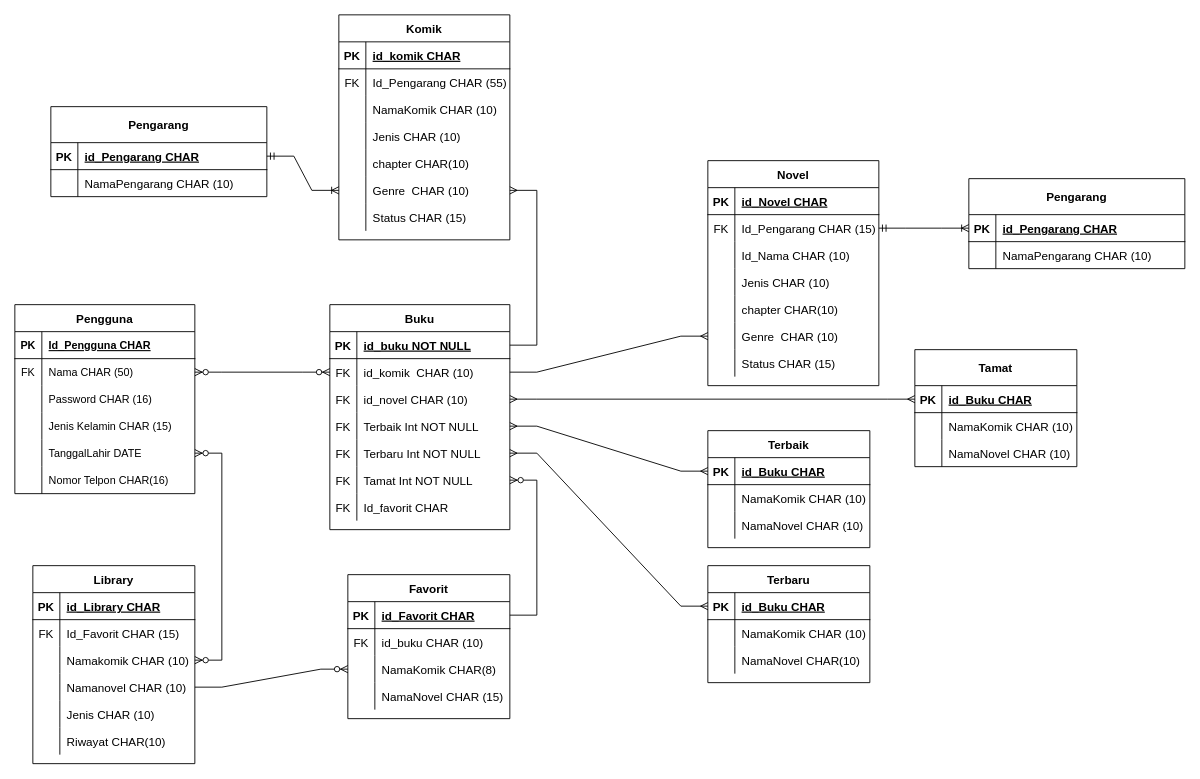
Nurrohman10/IF214002-2 keeps this draw.io diagram as Pertemuan5/pertemuan5-erd.drawio. Above is the earlier version. Source tidied: cells renumbered, new cells numbered last; positions are measured from the earlier drawing's top-left corner, leaving out a move shared by most shapes. Both pictures are drawn from the tidied source at 90%, with x=0, y=0 at pixel (14, 14).
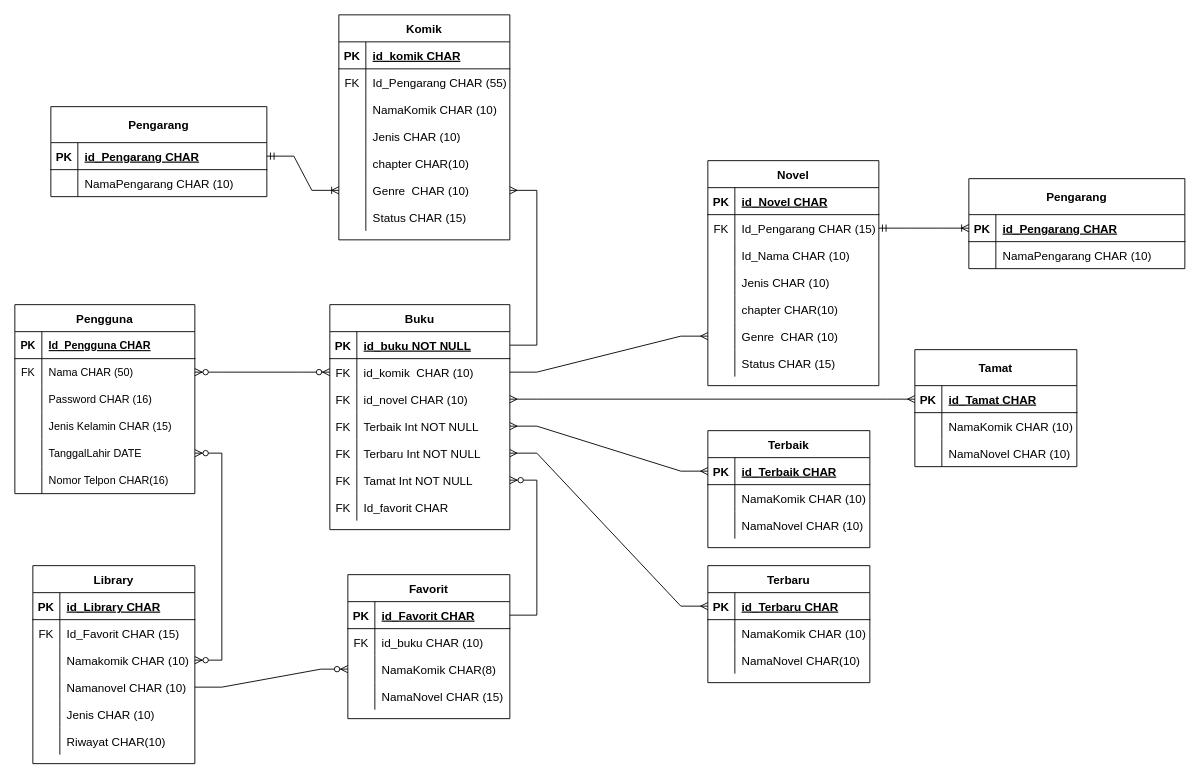
The same diagram, later.

Unchanged cells that the change refers to:
```xml
<mxCell id="77" style="shape=tableRow;horizontal=0;startSize=0;swimlaneHead=0;swimlaneBody=0;fillColor=none;points=[[0,0.5],[1,0.5]];portConstraint=eastwest;top=0;left=0;right=0;bottom=1;fontSize=13;" parent="76" vertex="1">
  <mxGeometry y="30" width="180" height="30" as="geometry" />
</mxCell>
<mxCell id="112" style="shape=tableRow;horizontal=0;startSize=0;swimlaneHead=0;swimlaneBody=0;fillColor=none;points=[[0,0.5],[1,0.5]];portConstraint=eastwest;top=0;left=0;right=0;bottom=1;fontSize=13;" parent="111" vertex="1">
  <mxGeometry y="30" width="180" height="30" as="geometry" />
</mxCell>
<mxCell id="147" style="shape=tableRow;horizontal=0;startSize=0;swimlaneHead=0;swimlaneBody=0;fillColor=none;points=[[0,0.5],[1,0.5]];portConstraint=eastwest;top=0;left=0;right=0;bottom=1;fontSize=13;" parent="146" vertex="1">
  <mxGeometry y="40" width="180" height="30" as="geometry" />
</mxCell>
```

Diff of the diagram source:
```diff
@@
-    <mxCell id="79" value="id_Buku CHAR" style="shape=partialRectangle;fillColor=none;top=0;left=0;bottom=0;right=0;align=left;spacingLeft=6;fontStyle=5;overflow=hidden;fontSize=13;" parent="77" vertex="1">
+    <mxCell id="79" value="id_Terbaik CHAR" style="shape=partialRectangle;fillColor=none;top=0;left=0;bottom=0;right=0;align=left;spacingLeft=6;fontStyle=5;overflow=hidden;fontSize=13;" parent="77" vertex="1">
       <mxGeometry x="30" width="150" height="30" as="geometry" />
     </mxCell>
@@
-    <mxCell id="114" value="id_Buku CHAR" style="shape=partialRectangle;fillColor=none;top=0;left=0;bottom=0;right=0;align=left;spacingLeft=6;fontStyle=5;overflow=hidden;fontSize=13;" parent="112" vertex="1">
+    <mxCell id="114" value="id_Terbaru CHAR" style="shape=partialRectangle;fillColor=none;top=0;left=0;bottom=0;right=0;align=left;spacingLeft=6;fontStyle=5;overflow=hidden;fontSize=13;" parent="112" vertex="1">
       <mxGeometry x="30" width="150" height="30" as="geometry" />
     </mxCell>
@@
-    <mxCell id="149" value="id_Buku CHAR" style="shape=partialRectangle;fillColor=none;top=0;left=0;bottom=0;right=0;align=left;spacingLeft=6;fontStyle=5;overflow=hidden;fontSize=13;" parent="147" vertex="1">
+    <mxCell id="149" value="id_Tamat CHAR" style="shape=partialRectangle;fillColor=none;top=0;left=0;bottom=0;right=0;align=left;spacingLeft=6;fontStyle=5;overflow=hidden;fontSize=13;" parent="147" vertex="1">
       <mxGeometry x="30" width="150" height="30" as="geometry" />
     </mxCell>
```
